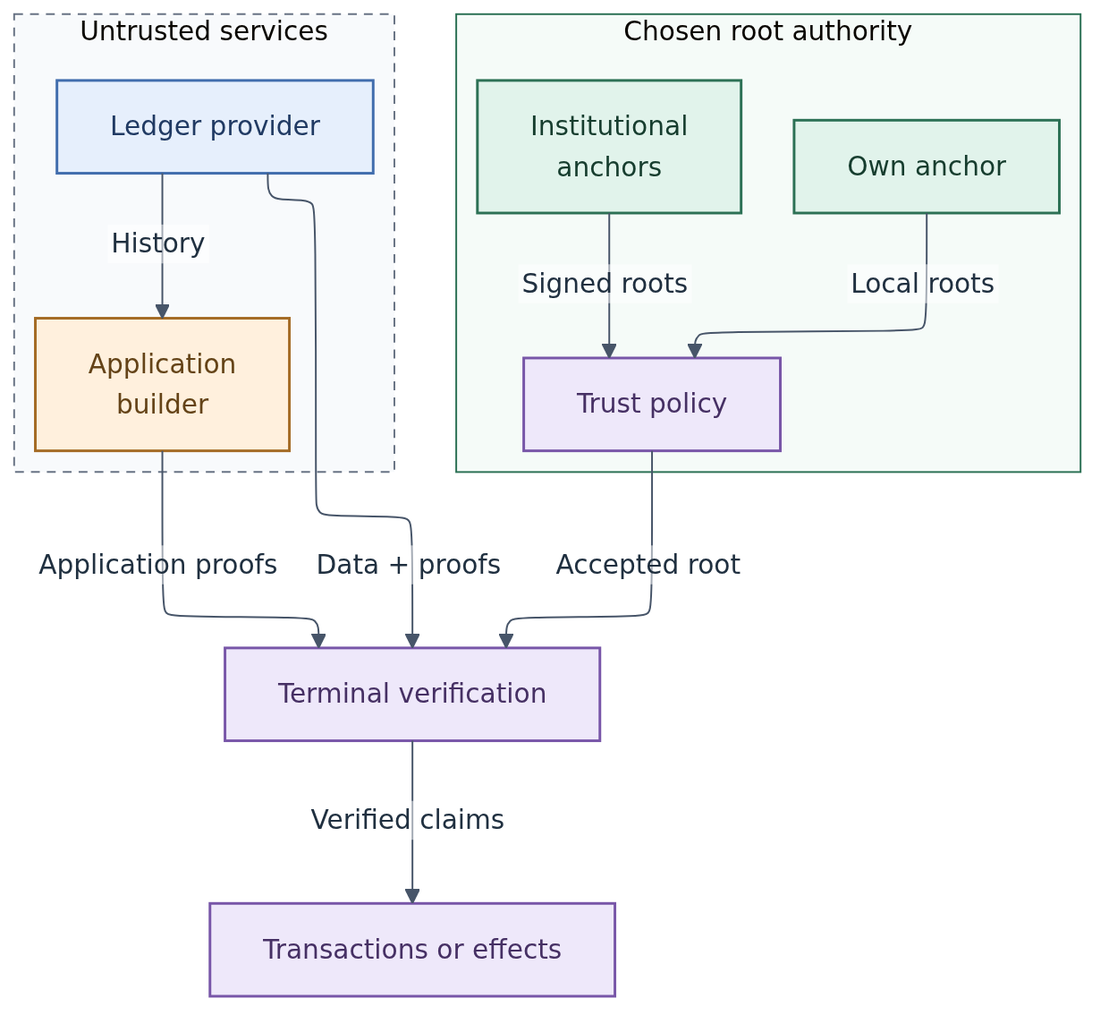
The Mermaid diagram docs/diagrams/overview.png in lambdasistemi/lockness, before a commit. Its source is kept beside it as docs/diagrams/overview.mmd.
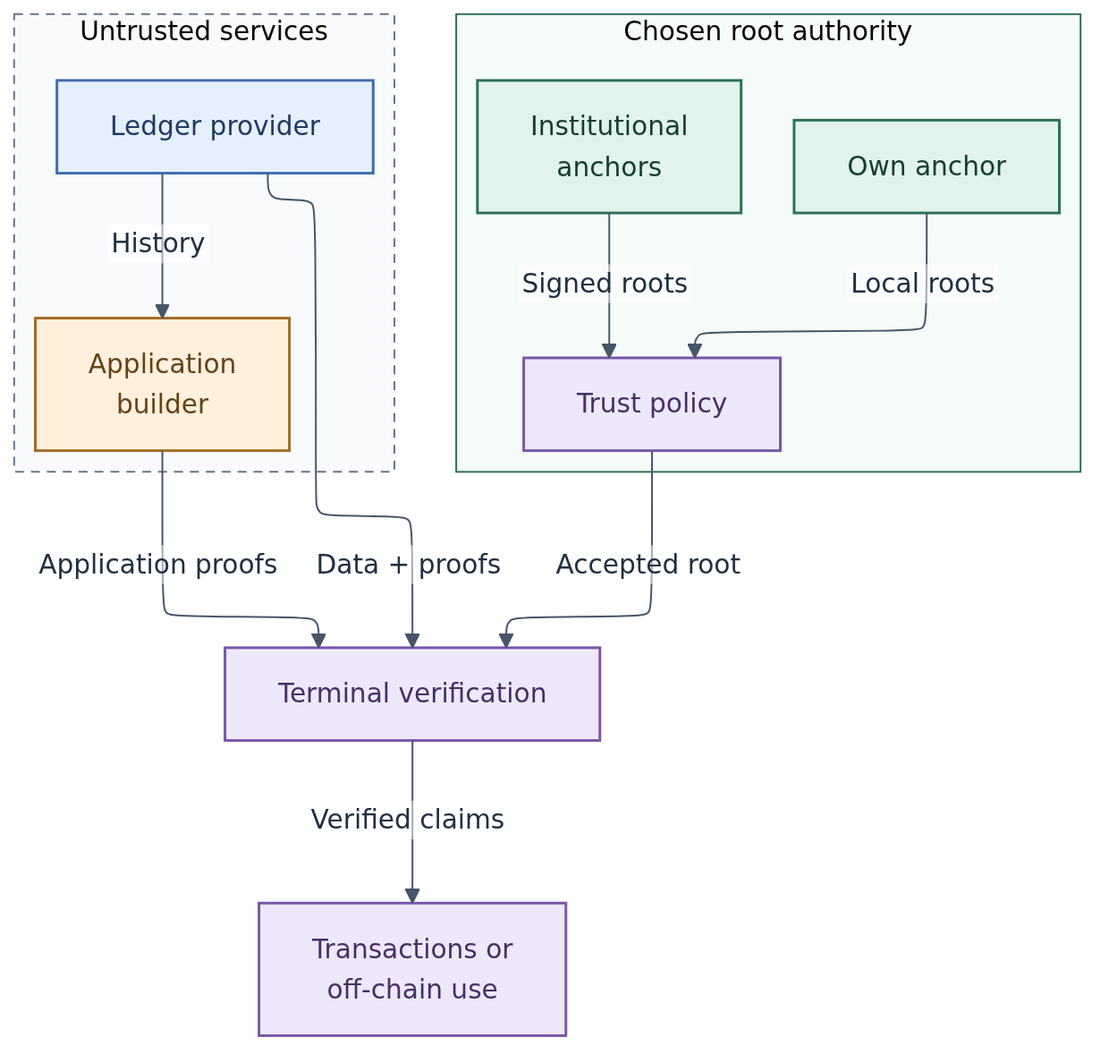
Above is the later version.

What changed in the source:
```diff
@@ -27,7 +27,7 @@
     T -->|Accepted root| V[Terminal verification]:::terminal
     L -->|Data + proofs| V
     P -->|Application proofs| V
-    V -->|Verified claims| E[Transactions or effects]:::terminal
+    V -->|Verified claims| E[Transactions or<br/>off-chain use]:::terminal
     style Trust fill:#f5fbf8,stroke:#2c7155
     style Services fill:#f8fafc,stroke:#687384,stroke-dasharray:5 4
     classDef anchor fill:#e1f3eb,stroke:#2c7155,stroke-width:1.5px,color:#163d2e
```
